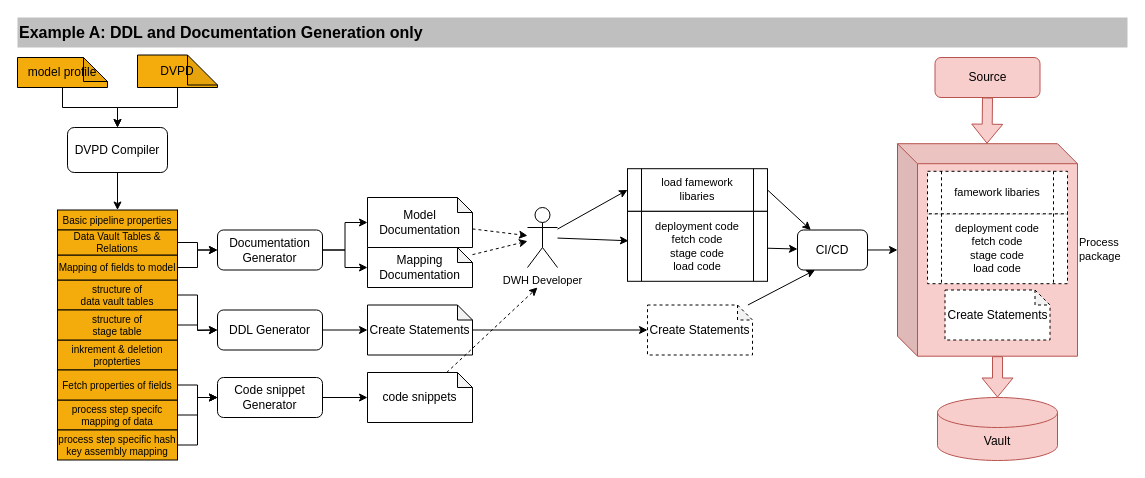
Above: documentation/images/dvdp_based_processing_example_workflow_a.drawio in cimt-ag/data_vault_pipelinedescription (draw.io), before the change. Source tidied: cells renumbered, new cells numbered last; positions are measured from the earlier drawing's top-left corner, leaving out a move shared by most shapes. Both pictures are drawn from the tidied source at 100%, with x=0, y=0 at pixel (17, 17).
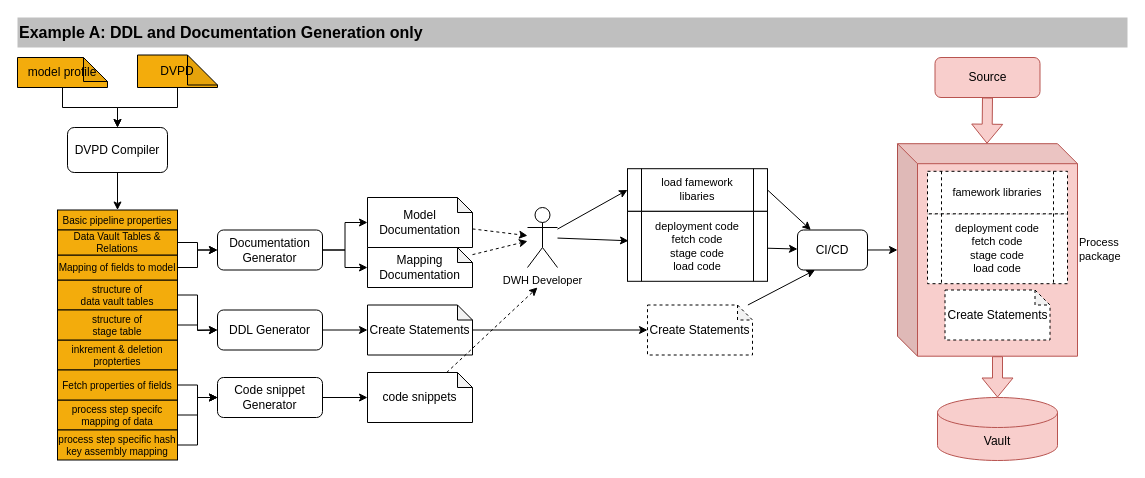
The same diagram, later.

What changed in the source:
```diff
@@
-    <mxCell id="49" value="famework libaries" style="shape=process;whiteSpace=wrap;html=1;backgroundOutline=1;fontFamily=Helvetica;fontSize=11;fontColor=default;dashed=1;" parent="1" vertex="1">
+    <mxCell id="49" value="famework libraries" style="shape=process;whiteSpace=wrap;html=1;backgroundOutline=1;fontFamily=Helvetica;fontSize=11;fontColor=default;dashed=1;" parent="1" vertex="1">
       <mxGeometry x="910" y="153.8" width="140" height="42.5" as="geometry" />
     </mxCell>
```
